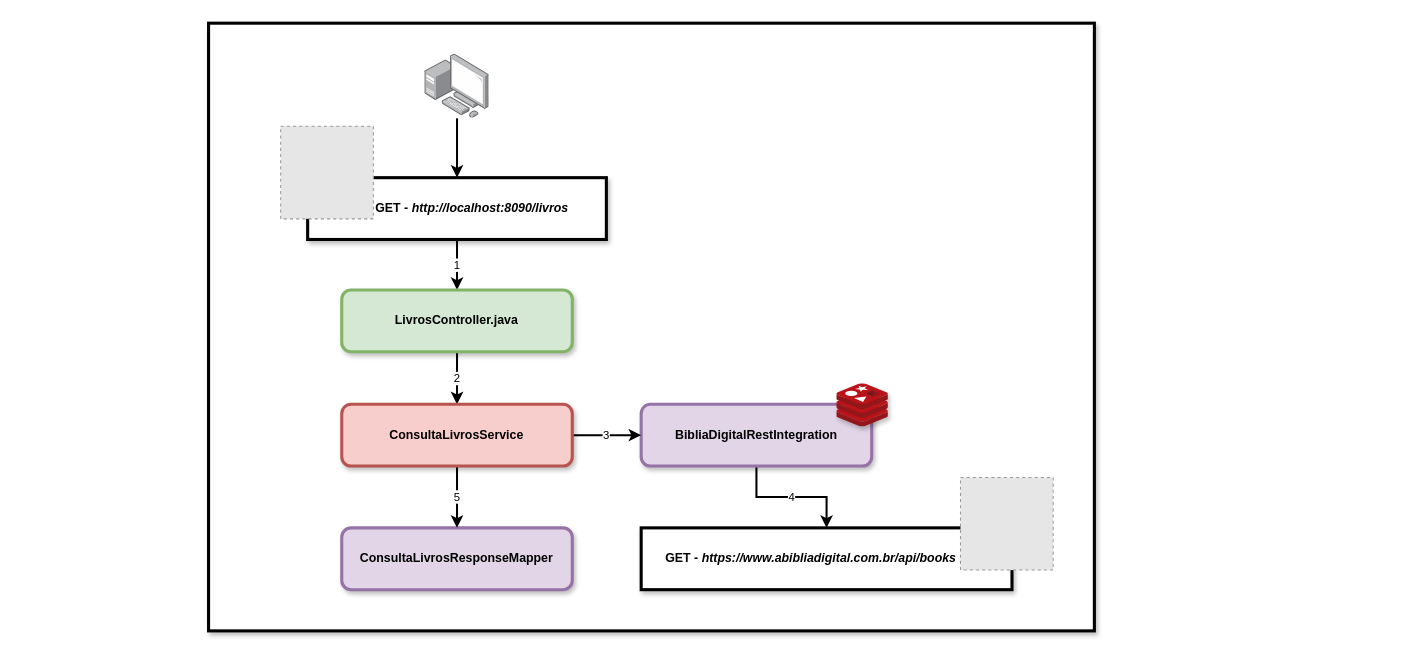
Earlier version of the draw.io diagram Diagramas/GET-livros.drawio (GBellmont/Jesus_API). Source tidied: cells renumbered, new cells numbered last; positions are measured from the earlier drawing's top-left corner, leaving out a move shared by most shapes. Both pictures are drawn from the tidied source at 103%, with x=0, y=0 at pixel (208, 23). Pictures stored in the file or linked from it are replaced by grey dashed boxes.
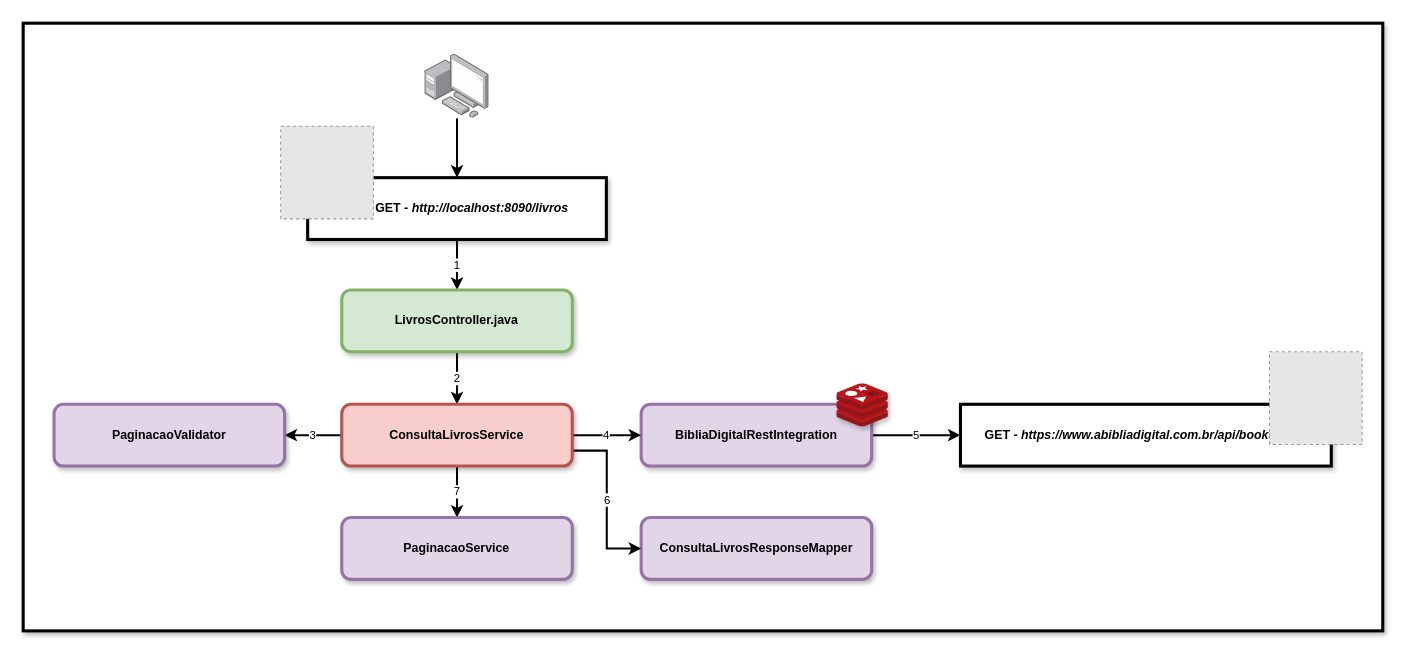
The same diagram, later.

Unchanged cells that the change refers to:
```xml
<mxCell id="8" value="&lt;b&gt;BibliaDigitalRestIntegration&lt;/b&gt;" style="rounded=1;whiteSpace=wrap;html=1;strokeWidth=3;strokeColor=#9673a6;fillColor=#e1d5e7;glass=0;shadow=1;" parent="1" vertex="1">
  <mxGeometry x="420" y="370" width="223.8" height="60" as="geometry" />
</mxCell>
<mxCell id="17" value="&lt;pre&gt;&lt;font&gt;&lt;b&gt;&lt;font face=&quot;Helvetica&quot;&gt;ConsultaLivrosService&lt;/font&gt;&lt;/b&gt;&lt;font color=&quot;#f8f8f2&quot; style=&quot;background-color: rgb(40 , 42 , 54) ; font-family: &amp;#34;jetbrains mono&amp;#34; , monospace&quot;&gt;&lt;br&gt;&lt;/font&gt;&lt;/font&gt;&lt;/pre&gt;" style="rounded=1;whiteSpace=wrap;html=1;strokeWidth=3;strokeColor=#b85450;fillColor=#f8cecc;glass=0;shadow=1;" parent="1" vertex="1">
  <mxGeometry x="129.3" y="370" width="223.8" height="60" as="geometry" />
</mxCell>
```

The edit, as a diff of the source:
```diff
@@
     <mxCell id="2" style="rounded=0;whiteSpace=wrap;html=1;shadow=1;glass=0;strokeWidth=3;fontColor=#000000;" parent="1" vertex="1">
-      <mxGeometry width="860" height="590" as="geometry" />
+      <mxGeometry x="-180" width="1320" height="590" as="geometry" />
     </mxCell>
@@
-    <mxCell id="7" value="4" style="edgeStyle=orthogonalEdgeStyle;rounded=0;jettySize=auto;html=1;exitX=0.5;exitY=1;exitDx=0;exitDy=0;entryX=0.5;entryY=0;entryDx=0;entryDy=0;strokeWidth=2;fontColor=#000000;" parent="1" edge="1" source="8" target="12">
+    <mxCell id="7" value="5" style="edgeStyle=orthogonalEdgeStyle;rounded=0;jettySize=auto;html=1;entryX=0;entryY=0.5;entryDx=0;entryDy=0;strokeWidth=2;" parent="1" edge="1" source="8" target="12">
       <mxGeometry relative="1" as="geometry" />
     </mxCell>
@@
     <mxCell id="12" value="&lt;b&gt;GET -&amp;nbsp;&lt;i&gt;https://www.abibliadigital.com.br/api/books&lt;/i&gt;&lt;/b&gt;" style="rounded=0;whiteSpace=wrap;html=1;strokeWidth=3;spacingLeft=0;shadow=1;spacingRight=30;" parent="1" vertex="1">
-      <mxGeometry x="420" y="490" width="360" height="60" as="geometry" />
+      <mxGeometry x="730" y="370" width="360" height="60" as="geometry" />
     </mxCell>
     <mxCell id="13" style="fillColor=#E6E6E6;strokeColor=#999999;dashed=1;verticalLabelPosition=bottom;labelBackgroundColor=#ffffff;verticalAlign=top;" parent="1" vertex="1">
-      <mxGeometry x="730" y="441" width="90" height="90" as="geometry" />
+      <mxGeometry x="1030" y="319" width="90" height="90" as="geometry" />
     </mxCell>
     <mxCell id="14" value="&lt;b&gt;ConsultaLivrosResponseMapper&lt;/b&gt;" style="rounded=1;whiteSpace=wrap;html=1;strokeWidth=3;strokeColor=#9673a6;fillColor=#e1d5e7;glass=0;shadow=1;" parent="1" vertex="1">
-      <mxGeometry x="129.3" y="490" width="223.8" height="60" as="geometry" />
+      <mxGeometry x="420" y="480" width="223.8" height="60" as="geometry" />
     </mxCell>
-    <mxCell id="15" value="3" style="edgeStyle=orthogonalEdgeStyle;rounded=0;jettySize=auto;html=1;entryX=0;entryY=0.5;entryDx=0;entryDy=0;strokeWidth=2;fontColor=#000000;" parent="1" edge="1" source="17" target="8">
+    <mxCell id="15" value="4" style="edgeStyle=orthogonalEdgeStyle;rounded=0;jettySize=auto;html=1;entryX=0;entryY=0.5;entryDx=0;entryDy=0;strokeWidth=2;fontColor=#000000;" parent="1" edge="1" source="17" target="8">
       <mxGeometry relative="1" as="geometry" />
     </mxCell>
-    <mxCell id="16" value="5" style="edgeStyle=orthogonalEdgeStyle;rounded=0;jettySize=auto;html=1;exitX=0.5;exitY=1;exitDx=0;exitDy=0;entryX=0.5;entryY=0;entryDx=0;entryDy=0;strokeWidth=2;fontColor=#000000;" parent="1" edge="1" source="17" target="14">
+    <mxCell id="16" value="6" style="edgeStyle=orthogonalEdgeStyle;rounded=0;jettySize=auto;html=1;exitX=1;exitY=0.75;exitDx=0;exitDy=0;entryX=0;entryY=0.5;entryDx=0;entryDy=0;strokeWidth=2;fontColor=#000000;" parent="1" edge="1" source="17" target="14">
       <mxGeometry relative="1" as="geometry" />
     </mxCell>
+    <mxCell id="19" value="3" style="edgeStyle=orthogonalEdgeStyle;rounded=0;jettySize=auto;html=1;entryX=1;entryY=0.5;entryDx=0;entryDy=0;strokeWidth=2;" parent="1" edge="1" source="17" target="21">
+      <mxGeometry relative="1" as="geometry" />
+    </mxCell>
+    <mxCell id="20" value="7" style="edgeStyle=orthogonalEdgeStyle;rounded=0;jettySize=auto;html=1;exitX=0.5;exitY=1;exitDx=0;exitDy=0;entryX=0.5;entryY=0;entryDx=0;entryDy=0;strokeWidth=2;" parent="1" edge="1" source="17" target="22">
+      <mxGeometry relative="1" as="geometry" />
+    </mxCell>
@@
+    <mxCell id="21" value="&lt;b&gt;PaginacaoValidator&lt;/b&gt;" style="rounded=1;whiteSpace=wrap;html=1;strokeWidth=3;strokeColor=#9673a6;fillColor=#e1d5e7;glass=0;shadow=1;" parent="1" vertex="1">
+      <mxGeometry x="-150" y="370" width="223.8" height="60" as="geometry" />
+    </mxCell>
+    <mxCell id="22" value="&lt;b&gt;PaginacaoService&lt;/b&gt;" style="rounded=1;whiteSpace=wrap;html=1;strokeWidth=3;strokeColor=#9673a6;fillColor=#e1d5e7;glass=0;shadow=1;" parent="1" vertex="1">
+      <mxGeometry x="129.3" y="480" width="223.8" height="60" as="geometry" />
+    </mxCell>
```
